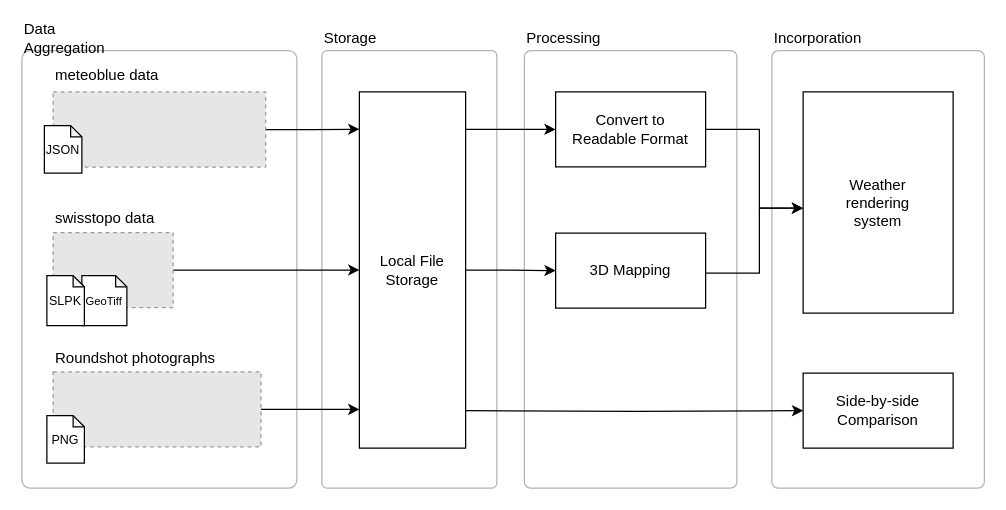
mth0348/2021-thesis keeps this draw.io diagram as doc/diagrams/weather rendering system (large).drawio. Above is the earlier version. Source tidied: cells renumbered, new cells numbered last; positions are measured from the earlier drawing's top-left corner, leaving out a move shared by most shapes. Both pictures are drawn from the tidied source at 125%, with x=0, y=0 at pixel (21, 25). Pictures stored in the file or linked from it are replaced by grey dashed boxes.
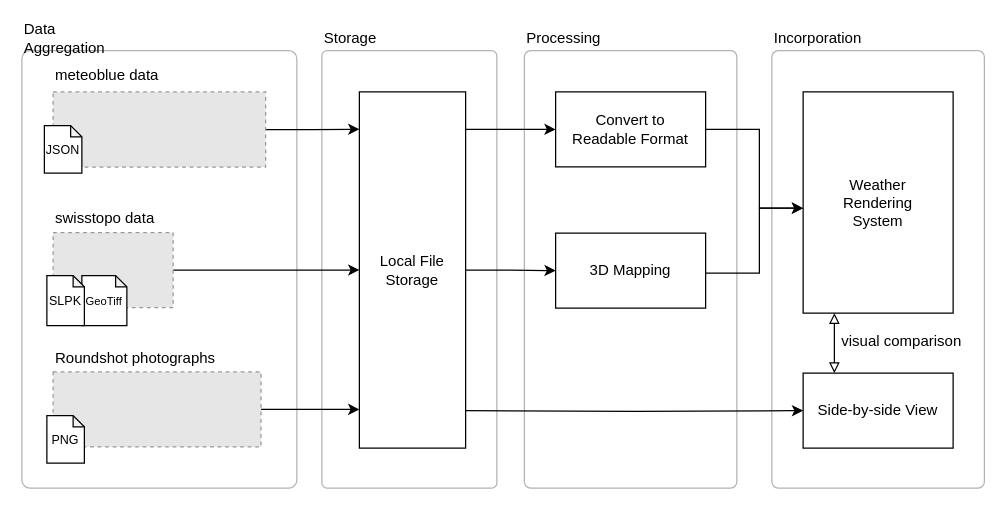
The same page after the edit.

Diff of the diagram source:
```diff
@@
-    <mxCell id="12" value="&lt;font face=&quot;Computer Modern&quot;&gt;Weather &lt;br&gt;rendering&lt;br&gt;system&lt;/font&gt;" style="rounded=0;whiteSpace=wrap;html=1;" parent="1" vertex="1">
+    <mxCell id="12" value="&lt;font face=&quot;Computer Modern&quot;&gt;Weather &lt;br&gt;Rendering&lt;br&gt;System&lt;/font&gt;" style="rounded=0;whiteSpace=wrap;html=1;" parent="1" vertex="1">
       <mxGeometry x="625" y="53" width="120" height="177" as="geometry" />
     </mxCell>
@@
+    <mxCell id="33" style="edgeStyle=orthogonalEdgeStyle;rounded=0;jettySize=auto;html=1;startArrow=block;startFill=0;endArrow=block;endFill=0;" parent="1" edge="1" source="27" target="12">
+      <mxGeometry relative="1" as="geometry">
+        <Array as="points">
+          <mxPoint x="650" y="260" />
+          <mxPoint x="650" y="260" />
+        </Array>
+      </mxGeometry>
+    </mxCell>
-    <mxCell id="27" value="&lt;font face=&quot;Computer Modern&quot;&gt;Side-by-side&lt;br&gt;Comparison&lt;br&gt;&lt;/font&gt;" style="rounded=0;whiteSpace=wrap;html=1;" parent="1" vertex="1">
+    <mxCell id="27" value="&lt;font face=&quot;Computer Modern&quot;&gt;Side-by-side View&lt;br&gt;&lt;/font&gt;" style="rounded=0;whiteSpace=wrap;html=1;" parent="1" vertex="1">
       <mxGeometry x="625" y="278" width="120" height="60" as="geometry" />
     </mxCell>
@@
+    <mxCell id="34" value="&lt;font face=&quot;Computer Modern&quot;&gt;visual comparison&lt;/font&gt;" style="text;html=1;strokeColor=none;fillColor=none;align=left;verticalAlign=middle;whiteSpace=wrap;rounded=0;" parent="1" vertex="1">
+      <mxGeometry x="654" y="243" width="100" height="20" as="geometry" />
+    </mxCell>
```
